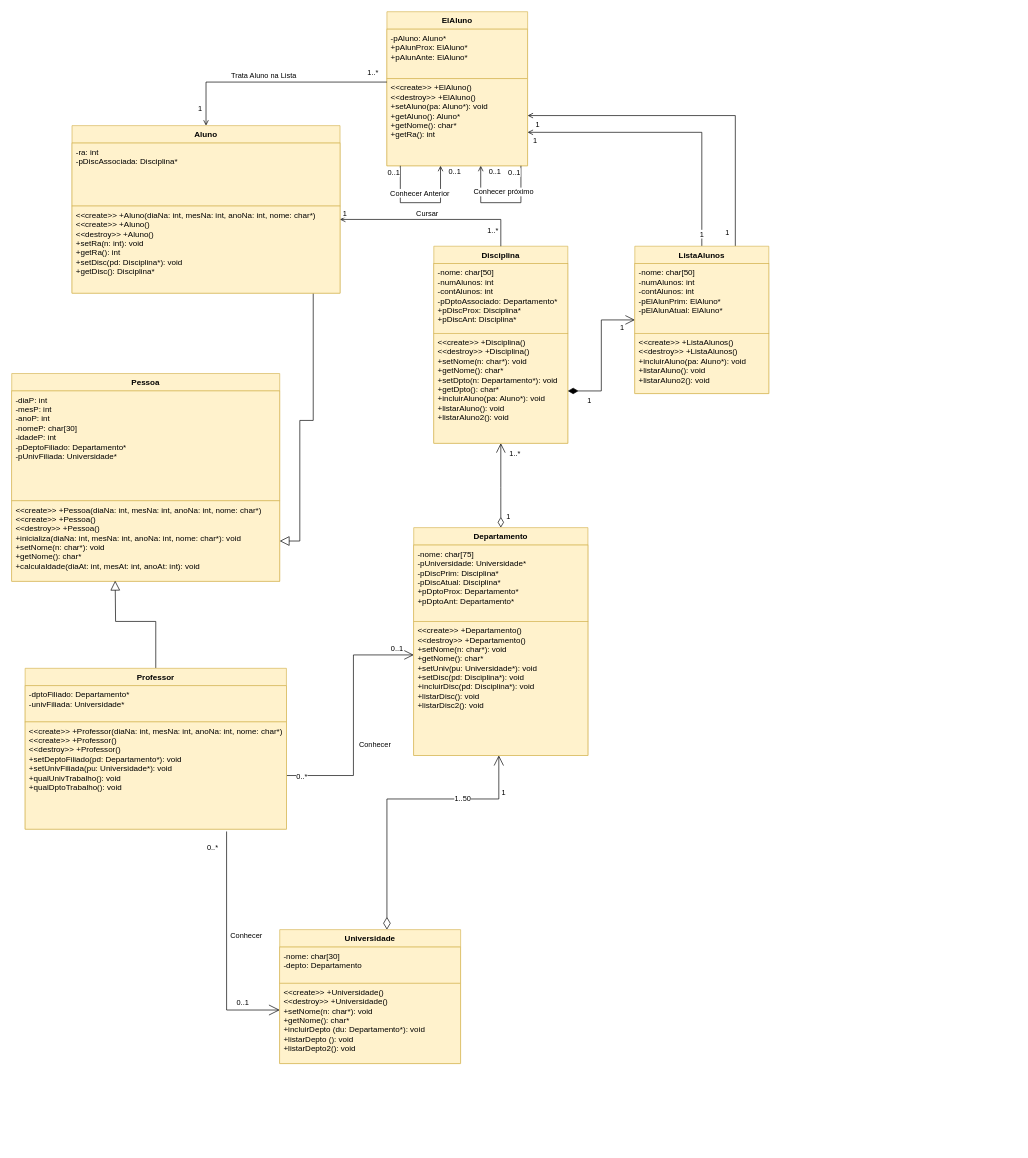
Above: uml/sistema_academico.drawio in daniapc/tecprog-sistema-academico (draw.io), before the change. Source tidied: cells renumbered, new cells numbered last; positions are measured from the earlier drawing's top-left corner, leaving out a move shared by most shapes. Both pictures are drawn from the tidied source at 67%, with x=0, y=0 at pixel (11, 11).
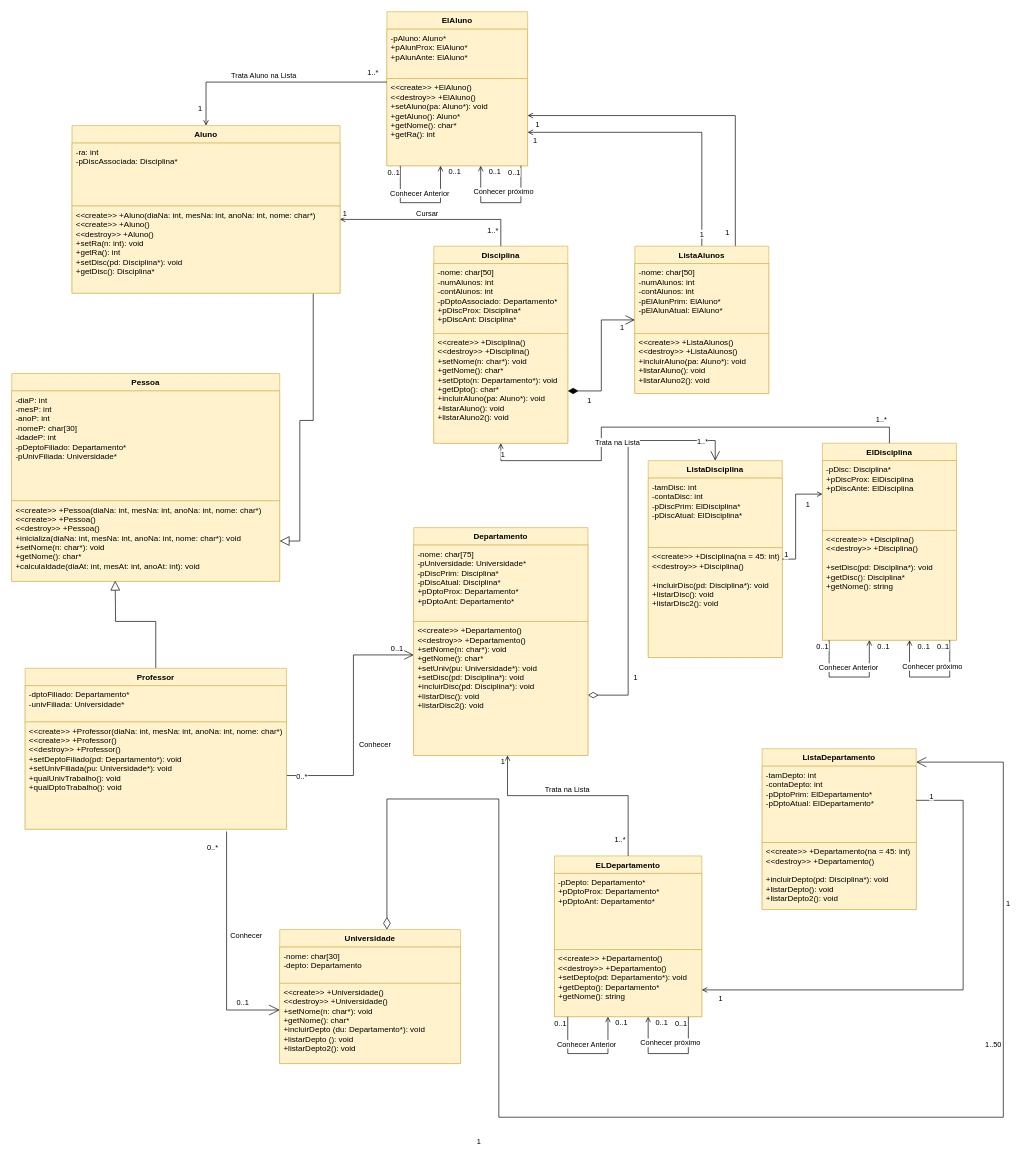
The same page after the edit.

Commit message:
Atualizando UML

The change refers to these unchanged cells:
```xml
<mxCell id="9" value="Universidade" style="swimlane;fontStyle=1;align=center;verticalAlign=top;horizontal=1;startSize=26;rounded=0;fillColor=#fff2cc;strokeColor=#d6b656;" parent="1" vertex="1">
  <mxGeometry x="400" y="1370" width="270" height="200" as="geometry" />
</mxCell>
<mxCell id="18" value="Departamento" style="swimlane;fontStyle=1;align=center;verticalAlign=top;horizontal=1;startSize=26;rounded=0;fillColor=#fff2cc;strokeColor=#d6b656;" parent="1" vertex="1">
  <mxGeometry x="600" y="770" width="260" height="340" as="geometry" />
</mxCell>
<mxCell id="20" value="&lt;&lt;create&gt;&gt; +Departamento()&#10;&lt;&lt;destroy&gt;&gt; +Departamento()&#10;+setNome(n: char*): void&#10;+getNome(): char*&#10;+setUniv(pu: Universidade*): void&#10;+setDisc(pd: Disciplina*): void&#10;+incluirDisc(pd: Disciplina*): void&#10;+listarDisc(): void&#10;+listarDisc2(): void" style="text;strokeColor=#d6b656;fillColor=#fff2cc;align=left;verticalAlign=top;spacingLeft=4;spacingRight=4;overflow=hidden;points=[[0,0.5],[1,0.5]];portConstraint=eastwest;" parent="18" vertex="1">
  <mxGeometry y="140" width="260" height="200" as="geometry" />
</mxCell>
<mxCell id="36" value="Disciplina" style="swimlane;fontStyle=1;align=center;verticalAlign=top;horizontal=1;startSize=26;rounded=0;fillColor=#fff2cc;strokeColor=#d6b656;" parent="1" vertex="1">
  <mxGeometry x="630" y="350" width="200" height="294" as="geometry" />
</mxCell>
<mxCell id="38" value="&lt;&lt;create&gt;&gt; +Disciplina()&#10;&lt;&lt;destroy&gt;&gt; +Disciplina()&#10;+setNome(n: char*): void&#10;+getNome(): char*&#10;+setDpto(n: Departamento*): void&#10;+getDpto(): char*&#10;+incluirAluno(pa: Aluno*): void&#10;+listarAluno(): void&#10;+listarAluno2(): void" style="text;strokeColor=#d6b656;fillColor=#fff2cc;align=left;verticalAlign=top;spacingLeft=4;spacingRight=4;overflow=hidden;points=[[0,0.5],[1,0.5]];portConstraint=eastwest;" parent="36" vertex="1">
  <mxGeometry y="130" width="200" height="164" as="geometry" />
</mxCell>
```

Change to the diagram source:
```diff
@@
-    <mxCell id="5" style="edgeStyle=orthogonalEdgeStyle;rounded=0;sketch=0;jettySize=auto;html=1;fontSize=11;fontColor=#000000;startArrow=diamondThin;startFill=0;endArrow=open;endFill=0;strokeColor=#000000;strokeWidth=1;endSize=13;startSize=16;targetPerimeterSpacing=0;" parent="1" edge="1" source="9" target="20">
+    <mxCell id="5" style="edgeStyle=orthogonalEdgeStyle;rounded=0;sketch=0;jettySize=auto;html=1;fontSize=11;fontColor=#000000;startArrow=diamondThin;startFill=0;endArrow=open;endFill=0;strokeColor=#000000;strokeWidth=1;endSize=13;startSize=16;targetPerimeterSpacing=0;" parent="1" edge="1" source="9" target="67">
       <mxGeometry relative="1" as="geometry">
         <Array as="points">
           <mxPoint x="560" y="1175" />
           <mxPoint x="727" y="1175" />
+          <mxPoint x="727" y="1650" />
+          <mxPoint x="1480" y="1650" />
+          <mxPoint x="1480" y="1120" />
         </Array>
       </mxGeometry>
     </mxCell>
@@
-    <mxCell id="15" style="edgeStyle=orthogonalEdgeStyle;rounded=0;jettySize=auto;html=1;endSize=12;endArrow=open;endFill=0;startArrow=diamondThin;startFill=0;startSize=13;" parent="1" edge="1" source="18" target="38">
+    <mxCell id="15" style="edgeStyle=orthogonalEdgeStyle;rounded=0;jettySize=auto;html=1;endSize=12;endArrow=open;endFill=0;startArrow=diamondThin;startFill=0;startSize=13;entryX=0.5;entryY=0;entryDx=0;entryDy=0;" parent="1" edge="1" source="18" target="76">
       <mxGeometry relative="1" as="geometry">
         <Array as="points">
-          <mxPoint x="730" y="710" />
-          <mxPoint x="730" y="710" />
+          <mxPoint x="920" y="1020" />
+          <mxPoint x="920" y="640" />
+          <mxPoint x="1050" y="640" />
         </Array>
       </mxGeometry>
     </mxCell>
@@
+    <mxCell id="67" value="ListaDepartamento" style="swimlane;fontStyle=1;align=center;verticalAlign=top;horizontal=1;startSize=26;rounded=0;fillColor=#fff2cc;strokeColor=#d6b656;" parent="1" vertex="1">
+      <mxGeometry x="1120" y="1100" width="230" height="240" as="geometry" />
+    </mxCell>
+    <mxCell id="68" value="-tamDepto: int&#10;-contaDepto: int&#10;-pDptoPrim: ElDepartamento*&#10;-pDptoAtual: ElDepartamento*" style="text;strokeColor=#d6b656;fillColor=#fff2cc;align=left;verticalAlign=top;spacingLeft=4;spacingRight=4;overflow=hidden;" parent="67" vertex="1">
+      <mxGeometry y="26" width="230" height="114" as="geometry" />
+    </mxCell>
+    <mxCell id="69" value="&lt;&lt;create&gt;&gt; +Departamento(na = 45: int)&#10;&lt;&lt;destroy&gt;&gt; +Departamento()&#10;&#10;+incluirDepto(pd: Disciplina*): void&#10;+listarDepto(): void&#10;+listarDepto2(): void" style="text;strokeColor=#d6b656;fillColor=#fff2cc;align=left;verticalAlign=top;spacingLeft=4;spacingRight=4;overflow=hidden;" parent="67" vertex="1">
+      <mxGeometry y="140" width="230" height="100" as="geometry" />
+    </mxCell>
+    <mxCell id="70" value="ELDepartamento" style="swimlane;fontStyle=1;align=center;verticalAlign=top;horizontal=1;startSize=26;rounded=0;fillColor=#fff2cc;strokeColor=#d6b656;" parent="1" vertex="1">
+      <mxGeometry x="810" y="1260" width="220" height="240" as="geometry" />
+    </mxCell>
+    <mxCell id="71" value="-pDepto: Departamento*&#10;+pDptoProx: Departamento*&#10;+pDptoAnt: Departamento*" style="text;strokeColor=#d6b656;fillColor=#fff2cc;align=left;verticalAlign=top;spacingLeft=4;spacingRight=4;overflow=hidden;" parent="70" vertex="1">
+      <mxGeometry y="26" width="220" height="114" as="geometry" />
+    </mxCell>
+    <mxCell id="72" value="&lt;&lt;create&gt;&gt; +Departamento()&#10;&lt;&lt;destroy&gt;&gt; +Departamento()&#10;+setDepto(pd: Departamento*): void&#10;+getDepto(): Departamento* &#10;+getNome(): string" style="text;strokeColor=#d6b656;fillColor=#fff2cc;align=left;verticalAlign=top;spacingLeft=4;spacingRight=4;overflow=hidden;" parent="70" vertex="1">
+      <mxGeometry y="140" width="220" height="100" as="geometry" />
+    </mxCell>
+    <mxCell id="73" value="ElDisciplina" style="swimlane;fontStyle=1;align=center;verticalAlign=top;horizontal=1;startSize=26;rounded=0;fillColor=#fff2cc;strokeColor=#d6b656;" parent="1" vertex="1">
+      <mxGeometry x="1210" y="644" width="200" height="294" as="geometry" />
+    </mxCell>
+    <mxCell id="74" value="-pDisc: Disciplina*&#10;+pDiscProx: ElDisciplina&#10;+pDiscAnte: ElDisciplina" style="text;strokeColor=#d6b656;fillColor=#fff2cc;align=left;verticalAlign=top;spacingLeft=4;spacingRight=4;overflow=hidden;" parent="73" vertex="1">
+      <mxGeometry y="26" width="200" height="104" as="geometry" />
+    </mxCell>
+    <mxCell id="75" value="&lt;&lt;create&gt;&gt; +Disciplina()&#10;&lt;&lt;destroy&gt;&gt; +Disciplina()&#10;&#10;+setDisc(pd: Disciplina*): void&#10;+getDisc(): Disciplina* &#10;+getNome(): string" style="text;strokeColor=#d6b656;fillColor=#fff2cc;align=left;verticalAlign=top;spacingLeft=4;spacingRight=4;overflow=hidden;" parent="73" vertex="1">
+      <mxGeometry y="130" width="200" height="164" as="geometry" />
+    </mxCell>
+    <mxCell id="76" value="ListaDisciplina" style="swimlane;fontStyle=1;align=center;verticalAlign=top;horizontal=1;startSize=26;rounded=0;fillColor=#fff2cc;strokeColor=#d6b656;" parent="1" vertex="1">
+      <mxGeometry x="950" y="670" width="200" height="294" as="geometry" />
+    </mxCell>
+    <mxCell id="77" value="-tamDisc: int&#10;-contaDisc: int&#10;-pDiscPrim: ElDisciplina*&#10;-pDiscAtual: ElDisciplina*&#10;" style="text;strokeColor=#d6b656;fillColor=#fff2cc;align=left;verticalAlign=top;spacingLeft=4;spacingRight=4;overflow=hidden;" parent="76" vertex="1">
+      <mxGeometry y="26" width="200" height="104" as="geometry" />
+    </mxCell>
+    <mxCell id="78" value="&lt;&lt;create&gt;&gt; +Disciplina(na = 45: int)&#10;&lt;&lt;destroy&gt;&gt; +Disciplina()&#10;&#10;+incluirDisc(pd: Disciplina*): void&#10;+listarDisc(): void&#10;+listarDisc2(): void" style="text;strokeColor=#d6b656;fillColor=#fff2cc;align=left;verticalAlign=top;spacingLeft=4;spacingRight=4;overflow=hidden;" parent="76" vertex="1">
+      <mxGeometry y="130" width="200" height="164" as="geometry" />
+    </mxCell>
+    <mxCell id="79" style="edgeStyle=orthogonalEdgeStyle;rounded=0;orthogonalLoop=1;jettySize=auto;html=1;endArrow=none;endFill=0;startArrow=open;startFill=0;" parent="1" edge="1">
+      <mxGeometry relative="1" as="geometry">
+        <mxPoint x="1280" y="938" as="sourcePoint" />
+        <mxPoint x="1220" y="938" as="targetPoint" />
+        <Array as="points">
+          <mxPoint x="1279.9" y="993" />
+          <mxPoint x="1219.9" y="993" />
+        </Array>
+      </mxGeometry>
+    </mxCell>
+    <mxCell id="80" value="0..1" style="edgeLabel;html=1;align=center;verticalAlign=middle;" parent="79" vertex="1">
+      <mxGeometry x="-0.89" y="1" relative="1" as="geometry">
+        <mxPoint x="19" y="-1" as="offset" />
+      </mxGeometry>
+    </mxCell>
+    <mxCell id="81" value="0..1" style="edgeLabel;html=1;align=center;verticalAlign=middle;" parent="79" vertex="1">
+      <mxGeometry x="0.94" y="-1" relative="1" as="geometry">
+        <mxPoint x="-12" y="4" as="offset" />
+      </mxGeometry>
+    </mxCell>
+    <mxCell id="82" value="Conhecer Anterior" style="edgeLabel;html=1;align=center;verticalAlign=middle;" parent="79" vertex="1">
+      <mxGeometry x="-0.24" y="1" relative="1" as="geometry">
+        <mxPoint x="-22" y="-16" as="offset" />
+      </mxGeometry>
+    </mxCell>
+    <mxCell id="83" style="edgeStyle=orthogonalEdgeStyle;rounded=0;orthogonalLoop=1;jettySize=auto;html=1;endArrow=none;endFill=0;startArrow=open;startFill=0;" parent="1" edge="1">
+      <mxGeometry relative="1" as="geometry">
+        <mxPoint x="1340" y="938" as="sourcePoint" />
+        <mxPoint x="1400" y="938" as="targetPoint" />
+        <Array as="points">
+          <mxPoint x="1339.9" y="993" />
+          <mxPoint x="1399.9" y="993" />
+        </Array>
+      </mxGeometry>
+    </mxCell>
+    <mxCell id="84" value="0..1" style="edgeLabel;html=1;align=center;verticalAlign=middle;" parent="83" vertex="1">
+      <mxGeometry x="-0.89" y="1" relative="1" as="geometry">
+        <mxPoint x="19" y="-1" as="offset" />
+      </mxGeometry>
+    </mxCell>
+    <mxCell id="85" value="0..1" style="edgeLabel;html=1;align=center;verticalAlign=middle;" parent="83" vertex="1">
+      <mxGeometry x="0.94" y="-1" relative="1" as="geometry">
+        <mxPoint x="-12" y="4" as="offset" />
+      </mxGeometry>
+    </mxCell>
+    <mxCell id="86" value="Conhecer próximo" style="edgeLabel;html=1;align=center;verticalAlign=middle;" parent="83" vertex="1">
+      <mxGeometry x="-0.24" y="1" relative="1" as="geometry">
+        <mxPoint x="23" y="-16" as="offset" />
+      </mxGeometry>
+    </mxCell>
+    <mxCell id="87" style="edgeStyle=orthogonalEdgeStyle;rounded=0;orthogonalLoop=1;jettySize=auto;html=1;endArrow=none;endFill=0;startArrow=open;startFill=0;" parent="1" edge="1">
+      <mxGeometry relative="1" as="geometry">
+        <mxPoint x="889.9" y="1500" as="sourcePoint" />
+        <mxPoint x="829.9" y="1500" as="targetPoint" />
+        <Array as="points">
+          <mxPoint x="889.9" y="1555" />
+          <mxPoint x="829.9" y="1555" />
+        </Array>
+      </mxGeometry>
+    </mxCell>
+    <mxCell id="88" value="0..1" style="edgeLabel;html=1;align=center;verticalAlign=middle;" parent="87" vertex="1">
+      <mxGeometry x="-0.89" y="1" relative="1" as="geometry">
+        <mxPoint x="19" y="-1" as="offset" />
+      </mxGeometry>
+    </mxCell>
+    <mxCell id="89" value="0..1" style="edgeLabel;html=1;align=center;verticalAlign=middle;" parent="87" vertex="1">
+      <mxGeometry x="0.94" y="-1" relative="1" as="geometry">
+        <mxPoint x="-12" y="4" as="offset" />
+      </mxGeometry>
+    </mxCell>
+    <mxCell id="90" value="Conhecer Anterior" style="edgeLabel;html=1;align=center;verticalAlign=middle;" parent="87" vertex="1">
+      <mxGeometry x="-0.24" y="1" relative="1" as="geometry">
+        <mxPoint x="-22" y="-16" as="offset" />
+      </mxGeometry>
+    </mxCell>
+    <mxCell id="91" style="edgeStyle=orthogonalEdgeStyle;rounded=0;orthogonalLoop=1;jettySize=auto;html=1;endArrow=none;endFill=0;startArrow=open;startFill=0;" parent="1" edge="1">
+      <mxGeometry relative="1" as="geometry">
+        <mxPoint x="949.9" y="1500" as="sourcePoint" />
+        <mxPoint x="1009.9" y="1500" as="targetPoint" />
+        <Array as="points">
+          <mxPoint x="949.9" y="1555" />
+          <mxPoint x="1009.9" y="1555" />
+        </Array>
+      </mxGeometry>
+    </mxCell>
+    <mxCell id="92" value="0..1" style="edgeLabel;html=1;align=center;verticalAlign=middle;" parent="91" vertex="1">
+      <mxGeometry x="-0.89" y="1" relative="1" as="geometry">
+        <mxPoint x="19" y="-1" as="offset" />
+      </mxGeometry>
+    </mxCell>
+    <mxCell id="93" value="0..1" style="edgeLabel;html=1;align=center;verticalAlign=middle;" parent="91" vertex="1">
+      <mxGeometry x="0.94" y="-1" relative="1" as="geometry">
+        <mxPoint x="-12" y="4" as="offset" />
+      </mxGeometry>
+    </mxCell>
+    <mxCell id="94" value="Conhecer próximo" style="edgeLabel;html=1;align=center;verticalAlign=middle;" parent="91" vertex="1">
+      <mxGeometry x="-0.24" y="1" relative="1" as="geometry">
+        <mxPoint x="23" y="-16" as="offset" />
+      </mxGeometry>
+    </mxCell>
+    <mxCell id="95" style="edgeStyle=orthogonalEdgeStyle;rounded=0;jettySize=auto;html=1;endArrow=none;endFill=0;startArrow=open;startFill=0;" parent="1" edge="1" source="36" target="73">
+      <mxGeometry relative="1" as="geometry">
+        <Array as="points">
+          <mxPoint x="730" y="670" />
+          <mxPoint x="880" y="670" />
+          <mxPoint x="880" y="620" />
+          <mxPoint x="1310" y="620" />
+        </Array>
+      </mxGeometry>
+    </mxCell>
+    <mxCell id="96" value="1" style="edgeLabel;html=1;align=center;verticalAlign=middle;" parent="95" vertex="1">
+      <mxGeometry x="-0.89" y="1" relative="1" as="geometry">
+        <mxPoint x="-9" y="-9" as="offset" />
+      </mxGeometry>
+    </mxCell>
+    <mxCell id="97" value="1..*" style="edgeLabel;html=1;align=center;verticalAlign=middle;" parent="95" vertex="1">
+      <mxGeometry x="0.94" y="-1" relative="1" as="geometry">
+        <mxPoint x="-12" y="-16" as="offset" />
+      </mxGeometry>
+    </mxCell>
+    <mxCell id="98" value="Trata na Lista" style="edgeLabel;html=1;align=center;verticalAlign=middle;" parent="95" vertex="1">
+      <mxGeometry x="-0.24" y="1" relative="1" as="geometry">
+        <mxPoint x="-9" y="23" as="offset" />
+      </mxGeometry>
+    </mxCell>
+    <mxCell id="99" style="edgeStyle=orthogonalEdgeStyle;rounded=0;jettySize=auto;html=1;endArrow=none;endFill=0;startArrow=open;startFill=0;" parent="1" edge="1" source="73" target="76">
+      <mxGeometry relative="1" as="geometry">
+        <Array as="points">
+          <mxPoint x="1170" y="720" />
+          <mxPoint x="1170" y="817" />
+        </Array>
+      </mxGeometry>
+    </mxCell>
+    <mxCell id="100" value="1" style="edgeLabel;html=1;align=center;verticalAlign=middle;" parent="99" vertex="1">
+      <mxGeometry x="-0.89" y="1" relative="1" as="geometry">
+        <mxPoint x="-14" y="13" as="offset" />
+      </mxGeometry>
+    </mxCell>
+    <mxCell id="101" value="1" style="edgeLabel;html=1;align=center;verticalAlign=middle;" parent="99" vertex="1">
+      <mxGeometry x="0.94" y="-1" relative="1" as="geometry">
+        <mxPoint y="-6" as="offset" />
+      </mxGeometry>
+    </mxCell>
+    <mxCell id="102" style="edgeStyle=orthogonalEdgeStyle;rounded=0;jettySize=auto;html=1;endArrow=none;endFill=0;startArrow=open;startFill=0;" parent="1" edge="1" source="70" target="67">
+      <mxGeometry relative="1" as="geometry">
+        <Array as="points">
+          <mxPoint x="1420" y="1460" />
+          <mxPoint x="1420" y="1177" />
+        </Array>
+      </mxGeometry>
+    </mxCell>
+    <mxCell id="103" value="1" style="edgeLabel;html=1;align=center;verticalAlign=middle;" parent="102" vertex="1">
+      <mxGeometry x="-0.89" y="1" relative="1" as="geometry">
+        <mxPoint x="-14" y="13" as="offset" />
+      </mxGeometry>
+    </mxCell>
+    <mxCell id="104" value="1" style="edgeLabel;html=1;align=center;verticalAlign=middle;" parent="102" vertex="1">
+      <mxGeometry x="0.94" y="-1" relative="1" as="geometry">
+        <mxPoint y="-6" as="offset" />
+      </mxGeometry>
+    </mxCell>
+    <mxCell id="105" style="edgeStyle=orthogonalEdgeStyle;rounded=0;jettySize=auto;html=1;endArrow=none;endFill=0;startArrow=open;startFill=0;" parent="1" edge="1" source="18" target="70">
+      <mxGeometry relative="1" as="geometry">
+        <Array as="points">
+          <mxPoint x="740" y="1170" />
+          <mxPoint x="920" y="1170" />
+        </Array>
+      </mxGeometry>
+    </mxCell>
+    <mxCell id="106" value="1" style="edgeLabel;html=1;align=center;verticalAlign=middle;" parent="105" vertex="1">
+      <mxGeometry x="-0.89" y="1" relative="1" as="geometry">
+        <mxPoint x="-9" y="-9" as="offset" />
+      </mxGeometry>
+    </mxCell>
+    <mxCell id="107" value="1..*" style="edgeLabel;html=1;align=center;verticalAlign=middle;" parent="105" vertex="1">
+      <mxGeometry x="0.94" y="-1" relative="1" as="geometry">
+        <mxPoint x="-12" y="-16" as="offset" />
+      </mxGeometry>
+    </mxCell>
+    <mxCell id="108" value="Trata na Lista" style="edgeLabel;html=1;align=center;verticalAlign=middle;" parent="105" vertex="1">
+      <mxGeometry x="-0.24" y="1" relative="1" as="geometry">
+        <mxPoint x="23" y="-9" as="offset" />
+      </mxGeometry>
+    </mxCell>
```
